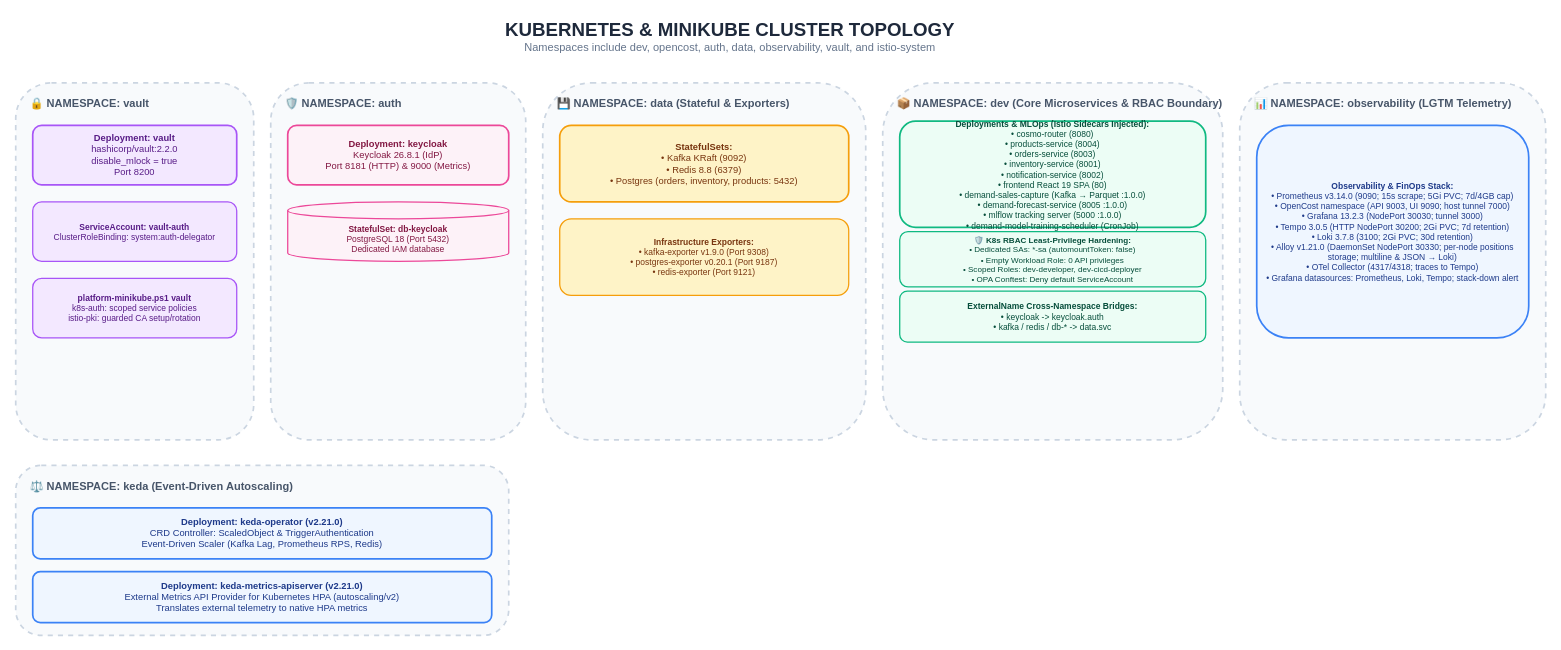
Before: page "6. Kubernetes & Minikube Cluster Topology" (6 of 16) of docs/Diagrams.drawio in GeorgeGxx/microservices-architecture, a draw.io diagram. Source tidied: cells renumbered, new cells numbered last; positions are measured from the earlier drawing's top-left corner, leaving out a move shared by most shapes. Both pictures are drawn from the tidied source at 85%, with x=0, y=0 at pixel (15, 14).
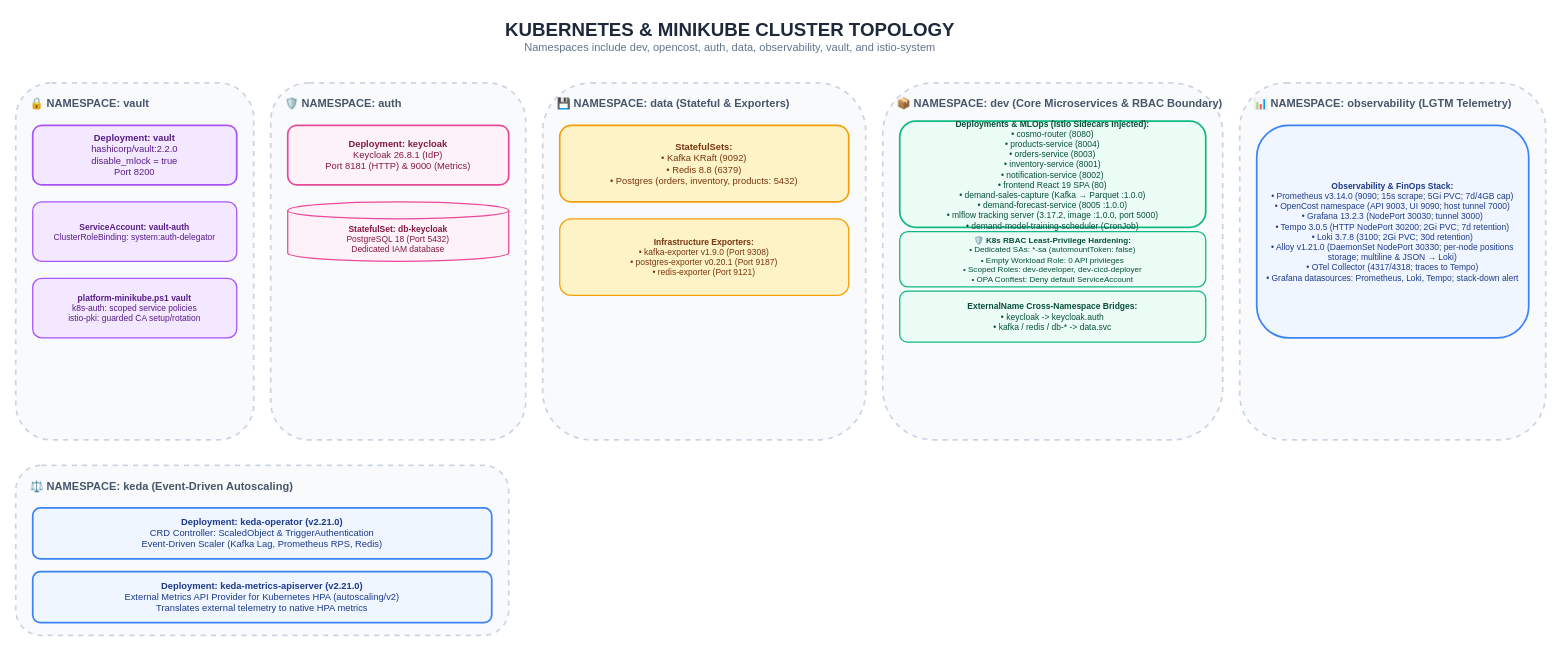
The same page after the edit.

Diff of the diagram source:
```diff
@@
-    <mxCell id="14" value="&lt;b&gt;Deployments &amp; MLOps (Istio Sidecars Injected):&lt;/b&gt;&lt;br&gt;• cosmo-router (8080)&lt;br&gt;• products-service (8004)&lt;br&gt;• orders-service (8003)&lt;br&gt;• inventory-service (8001)&lt;br&gt;• notification-service (8002)&lt;br&gt;• frontend React 19 SPA (80)&lt;br&gt;• demand-sales-capture (Kafka → Parquet :1.0.0)&lt;br&gt;• demand-forecast-service (8005 :1.0.0)&lt;br&gt;• mlflow tracking server (5000 :1.0.0)&lt;br&gt;• demand-model-training-scheduler (CronJob)" style="rounded=1;whiteSpace=wrap;html=1;fillColor=#ECFDF5;strokeColor=#10B981;strokeWidth=2;fontColor=#064E3B;fontSize=10;" parent="1" vertex="1">
+    <mxCell id="14" value="&lt;b&gt;Deployments &amp; MLOps (Istio Sidecars Injected):&lt;/b&gt;&lt;br&gt;• cosmo-router (8080)&lt;br&gt;• products-service (8004)&lt;br&gt;• orders-service (8003)&lt;br&gt;• inventory-service (8001)&lt;br&gt;• notification-service (8002)&lt;br&gt;• frontend React 19 SPA (80)&lt;br&gt;• demand-sales-capture (Kafka → Parquet :1.0.0)&lt;br&gt;• demand-forecast-service (8005 :1.0.0)&lt;br&gt;• mlflow tracking server (3.17.2, image :1.0.0, port 5000)&lt;br&gt;• demand-model-training-scheduler (CronJob)" style="rounded=1;whiteSpace=wrap;html=1;fillColor=#ECFDF5;strokeColor=#10B981;strokeWidth=2;fontColor=#064E3B;fontSize=10;" parent="1" vertex="1">
       <mxGeometry x="1040" y="125" width="360" height="125" as="geometry" />
     </mxCell>
```
